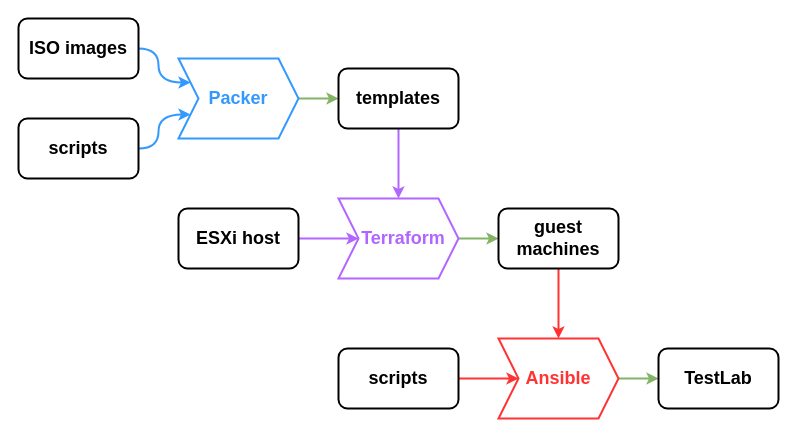
The draw.io diagram img/TestLab/setup.drawio in eWalker-TestLab/Documentation, before the edit. Source tidied: cells renumbered, new cells numbered last; positions are measured from the earlier drawing's top-left corner, leaving out a move shared by most shapes. Both pictures are drawn from the tidied source at 100%, with x=0, y=0 at pixel (18, 18).
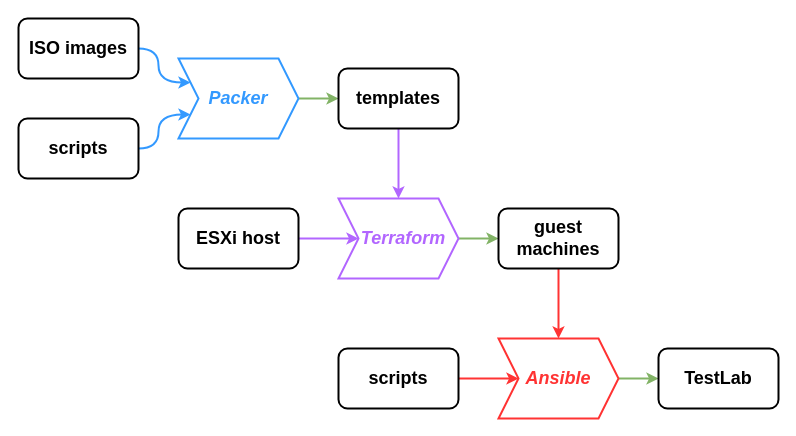
The same diagram, later.

Commit message (it also covers changes not shown here):
Update setup diagram

Change to the diagram source:
```diff
@@
-    <mxCell id="7" value="&lt;h2&gt;&lt;font color=&quot;#3399ff&quot;&gt;Packer&lt;/font&gt;&lt;/h2&gt;" style="shape=step;perimeter=stepPerimeter;whiteSpace=wrap;html=1;fixedSize=1;strokeColor=#3399FF;strokeWidth=2;" parent="1" vertex="1">
+    <mxCell id="7" value="&lt;h2&gt;&lt;font color=&quot;#3399ff&quot;&gt;&lt;i&gt;Packer&lt;/i&gt;&lt;/font&gt;&lt;/h2&gt;" style="shape=step;perimeter=stepPerimeter;whiteSpace=wrap;html=1;fixedSize=1;strokeColor=#3399FF;strokeWidth=2;" parent="1" vertex="1">
       <mxGeometry x="160" y="40" width="120" height="80" as="geometry" />
     </mxCell>
@@
-    <mxCell id="11" value="&lt;h2&gt;&lt;font color=&quot;#b266ff&quot;&gt;&amp;nbsp; Terraform&lt;/font&gt;&lt;/h2&gt;" style="shape=step;perimeter=stepPerimeter;whiteSpace=wrap;html=1;fixedSize=1;strokeColor=#B266FF;strokeWidth=2;" parent="1" vertex="1">
+    <mxCell id="11" value="&lt;h2&gt;&lt;font color=&quot;#b266ff&quot;&gt;&lt;i&gt;&amp;nbsp; Terraform&lt;/i&gt;&lt;/font&gt;&lt;/h2&gt;" style="shape=step;perimeter=stepPerimeter;whiteSpace=wrap;html=1;fixedSize=1;strokeColor=#B266FF;strokeWidth=2;" parent="1" vertex="1">
       <mxGeometry x="320" y="180" width="120" height="80" as="geometry" />
     </mxCell>
@@
-    <mxCell id="17" value="&lt;h2&gt;&lt;font color=&quot;#ff3333&quot;&gt;Ansible&lt;/font&gt;&lt;/h2&gt;" style="shape=step;perimeter=stepPerimeter;whiteSpace=wrap;html=1;fixedSize=1;fontColor=#B266FF;strokeColor=#FF3333;strokeWidth=2;" parent="1" vertex="1">
+    <mxCell id="17" value="&lt;h2&gt;&lt;font color=&quot;#ff3333&quot;&gt;&lt;i&gt;Ansible&lt;/i&gt;&lt;/font&gt;&lt;/h2&gt;" style="shape=step;perimeter=stepPerimeter;whiteSpace=wrap;html=1;fixedSize=1;fontColor=#B266FF;strokeColor=#FF3333;strokeWidth=2;" parent="1" vertex="1">
       <mxGeometry x="480" y="320" width="120" height="80" as="geometry" />
     </mxCell>
```
